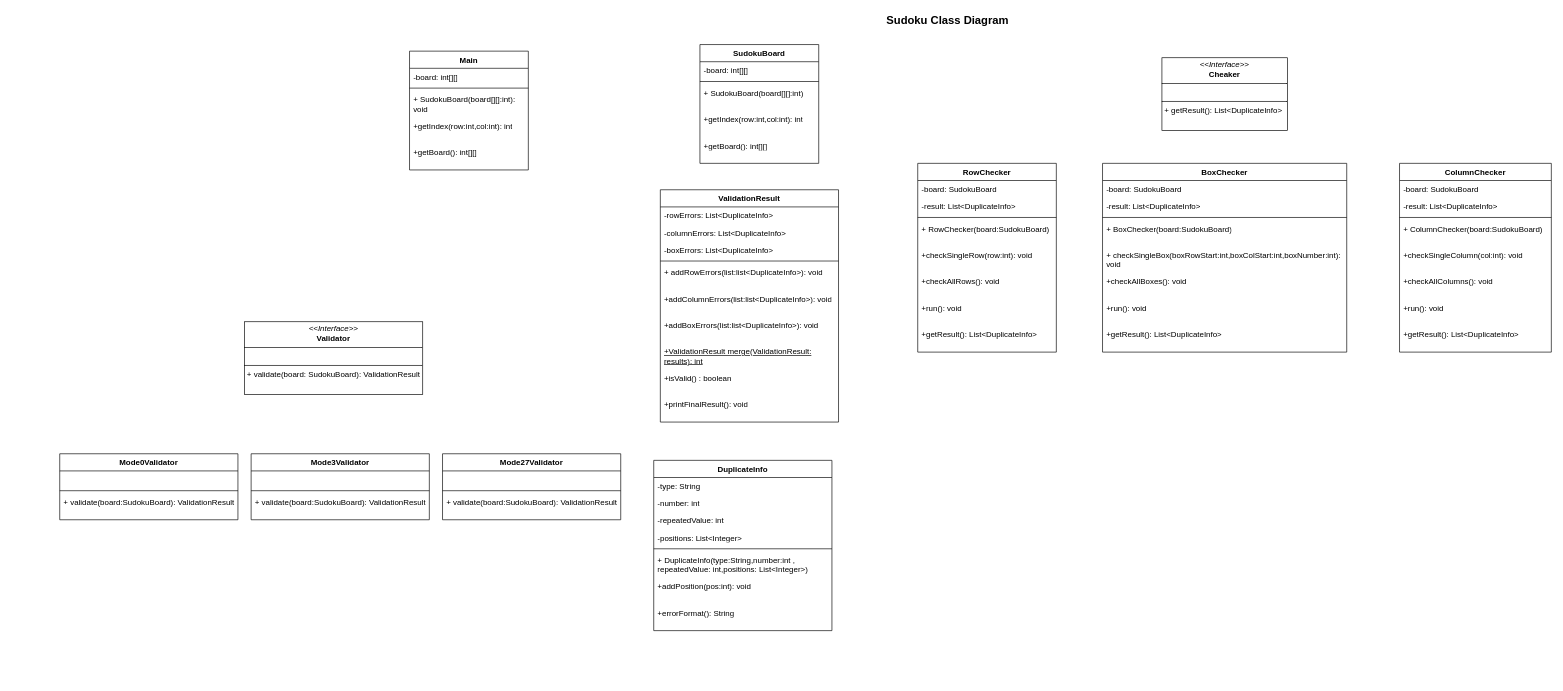
The draw.io diagram ClassDiagram.drawio in ghadeer4705/Lab9_Sudoku1, before the edit. Source tidied: cells renumbered, new cells numbered last; positions are measured from the earlier drawing's top-left corner, leaving out a move shared by most shapes. Both pictures are drawn from the tidied source at 66%, with x=0, y=0 at pixel (59, 11).
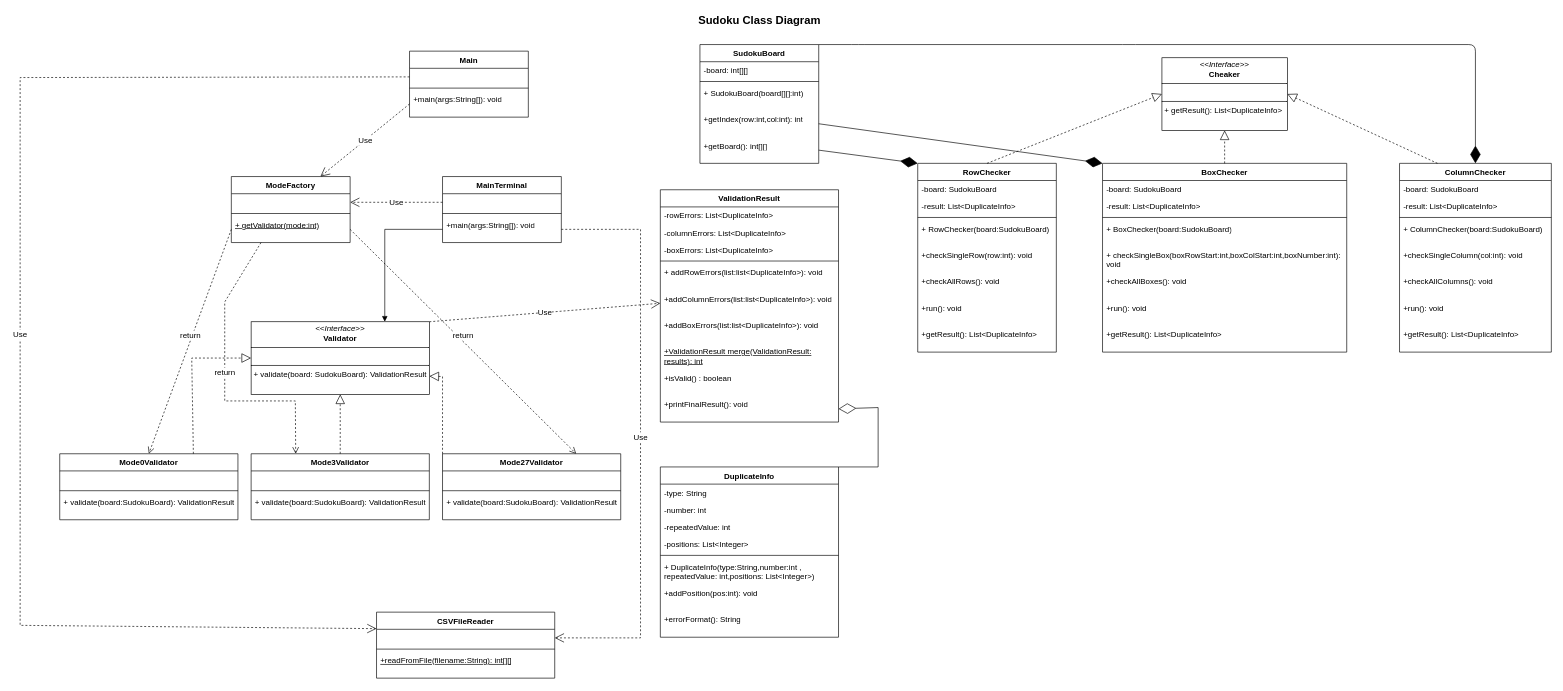
The same diagram, later.

The change refers to these unchanged cells:
```xml
<mxCell id="3" value="SudokuBoard" style="swimlane;fontStyle=1;align=center;verticalAlign=top;horizontal=1;startSize=26;whiteSpace=wrap;html=1;fillColor=light-dark(#FFFFFF,#A680B8);strokeColor=light-dark(#000000,#C3ABD0);" parent="1" vertex="1">
  <mxGeometry x="970" y="50" width="180" height="180" as="geometry" />
</mxCell>
<mxCell id="7" value="+getIndex(row:int,col:int): int" style="text;strokeColor=none;fillColor=none;align=left;verticalAlign=top;spacingLeft=4;spacingRight=4;overflow=hidden;points=[[0,0.5],[1,0.5]];portConstraint=eastwest;whiteSpace=wrap;html=1;" parent="3" vertex="1">
  <mxGeometry y="100" width="180" height="40" as="geometry" />
</mxCell>
<mxCell id="8" value="+getBoard(): int[][]" style="text;strokeColor=none;fillColor=none;align=left;verticalAlign=top;spacingLeft=4;spacingRight=4;overflow=hidden;points=[[0,0.5],[1,0.5]];portConstraint=eastwest;whiteSpace=wrap;html=1;" parent="3" vertex="1">
  <mxGeometry y="140" width="180" height="40" as="geometry" />
</mxCell>
<mxCell id="15" value="+addColumnErrors(list:list&amp;lt;DuplicateInfo&amp;gt;): void" style="text;strokeColor=none;fillColor=none;align=left;verticalAlign=top;spacingLeft=4;spacingRight=4;overflow=hidden;points=[[0,0.5],[1,0.5]];portConstraint=eastwest;whiteSpace=wrap;html=1;" parent="9" vertex="1">
  <mxGeometry y="152" width="270" height="40" as="geometry" />
</mxCell>
<mxCell id="19" value="+printFinalResult(): void" style="text;strokeColor=none;fillColor=none;align=left;verticalAlign=top;spacingLeft=4;spacingRight=4;overflow=hidden;points=[[0,0.5],[1,0.5]];portConstraint=eastwest;whiteSpace=wrap;html=1;" parent="9" vertex="1">
  <mxGeometry y="312" width="270" height="40" as="geometry" />
</mxCell>
<mxCell id="35" value="&lt;p style=&quot;margin:0px;margin-top:4px;text-align:center;&quot;&gt;&lt;i&gt;&amp;lt;&amp;lt;Interface&amp;gt;&amp;gt;&lt;/i&gt;&lt;br&gt;&lt;b&gt;Cheaker&lt;/b&gt;&lt;/p&gt;&lt;hr size=&quot;1&quot; style=&quot;border-style:solid;&quot;&gt;&lt;p style=&quot;margin:0px;margin-left:4px;&quot;&gt;&lt;br&gt;&lt;/p&gt;&lt;hr size=&quot;1&quot; style=&quot;border-style:solid;&quot;&gt;&lt;p style=&quot;margin:0px;margin-left:4px;&quot;&gt;+ getResult(): List&amp;lt;DuplicateInfo&amp;gt;&lt;br&gt;&lt;br&gt;&lt;/p&gt;" style="verticalAlign=top;align=left;overflow=fill;html=1;whiteSpace=wrap;fillColor=none;strokeColor=light-dark(#000000,#A680B8);" parent="1" vertex="1">
  <mxGeometry x="1670" y="70" width="190" height="110" as="geometry" />
</mxCell>
<mxCell id="36" value="RowChecker" style="swimlane;fontStyle=1;align=center;verticalAlign=top;horizontal=1;startSize=26;whiteSpace=wrap;html=1;fillColor=light-dark(#FFFFFF,#A680B8);strokeColor=light-dark(#000000,#C3ABD0);" parent="1" vertex="1">
  <mxGeometry x="1300" y="230" width="210" height="286" as="geometry" />
</mxCell>
<mxCell id="45" value="BoxChecker" style="swimlane;fontStyle=1;align=center;verticalAlign=top;horizontal=1;startSize=26;whiteSpace=wrap;html=1;fillColor=light-dark(#FFFFFF,#A680B8);strokeColor=light-dark(#000000,#C3ABD0);" parent="1" vertex="1">
  <mxGeometry x="1580" y="230" width="370" height="286" as="geometry" />
</mxCell>
<mxCell id="54" value="ColumnChecker" style="swimlane;fontStyle=1;align=center;verticalAlign=top;horizontal=1;startSize=26;whiteSpace=wrap;html=1;fillColor=light-dark(#FFFFFF,#A680B8);strokeColor=light-dark(#000000,#C3ABD0);" parent="1" vertex="1">
  <mxGeometry x="2030" y="230" width="230" height="286" as="geometry" />
</mxCell>
<mxCell id="64" value="Mode0Validator" style="swimlane;fontStyle=1;align=center;verticalAlign=top;horizontal=1;startSize=26;whiteSpace=wrap;html=1;fillColor=light-dark(#FFFFFF,#A680B8);strokeColor=light-dark(#000000,#C3ABD0);" parent="1" vertex="1">
  <mxGeometry y="670" width="270" height="100" as="geometry" />
</mxCell>
<mxCell id="68" value="Mode3Validator" style="swimlane;fontStyle=1;align=center;verticalAlign=top;horizontal=1;startSize=26;whiteSpace=wrap;html=1;fillColor=light-dark(#FFFFFF,#A680B8);strokeColor=light-dark(#000000,#C3ABD0);" parent="1" vertex="1">
  <mxGeometry x="290" y="670" width="270" height="100" as="geometry" />
</mxCell>
<mxCell id="72" value="Mode27Validator" style="swimlane;fontStyle=1;align=center;verticalAlign=top;horizontal=1;startSize=26;whiteSpace=wrap;html=1;fillColor=light-dark(#FFFFFF,#A680B8);strokeColor=light-dark(#000000,#C3ABD0);" parent="1" vertex="1">
  <mxGeometry x="580" y="670" width="270" height="100" as="geometry" />
</mxCell>
```

The edit, as a diff of the source:
```diff
@@
     <mxCell id="2" value="Sudoku Class Diagram" style="text;html=1;whiteSpace=wrap;strokeColor=none;fillColor=none;align=center;verticalAlign=middle;rounded=1;fontSize=17;fontColor=light-dark(#000000,#FFFFFF);fontStyle=1;glass=1;" parent="1" vertex="1">
-      <mxGeometry x="1238" width="215" height="30" as="geometry" />
+      <mxGeometry x="952.5" width="215" height="30" as="geometry" />
     </mxCell>
@@
     <mxCell id="20" value="DuplicateInfo" style="swimlane;fontStyle=1;align=center;verticalAlign=top;horizontal=1;startSize=26;whiteSpace=wrap;html=1;fillColor=light-dark(#FFFFFF,#A680B8);strokeColor=light-dark(#000000,#C3ABD0);" parent="1" vertex="1">
-      <mxGeometry x="900" y="680" width="270" height="258" as="geometry" />
+      <mxGeometry x="910" y="690" width="270" height="258" as="geometry" />
     </mxCell>
@@
     <mxCell id="29" value="Main" style="swimlane;fontStyle=1;align=center;verticalAlign=top;horizontal=1;startSize=26;whiteSpace=wrap;html=1;fillColor=light-dark(#FFFFFF,#A680B8);strokeColor=light-dark(#000000,#C3ABD0);" parent="1" vertex="1">
-      <mxGeometry x="530" y="60" width="180" height="180" as="geometry" />
+      <mxGeometry x="530" y="60" width="180" height="100" as="geometry" />
     </mxCell>
-    <mxCell id="30" value="&lt;div&gt;-board: int[][]&lt;/div&gt;&lt;div&gt;&lt;br&gt;&lt;/div&gt;" style="text;strokeColor=none;fillColor=none;align=left;verticalAlign=top;spacingLeft=4;spacingRight=4;overflow=hidden;points=[[0,0.5],[1,0.5]];portConstraint=eastwest;whiteSpace=wrap;html=1;" parent="29" vertex="1">
+    <mxCell id="30" value="&lt;div&gt;&lt;br&gt;&lt;/div&gt;" style="text;strokeColor=none;fillColor=none;align=left;verticalAlign=top;spacingLeft=4;spacingRight=4;overflow=hidden;points=[[0,0.5],[1,0.5]];portConstraint=eastwest;whiteSpace=wrap;html=1;" parent="29" vertex="1">
       <mxGeometry y="26" width="180" height="26" as="geometry" />
     </mxCell>
@@
-    <mxCell id="32" value="+ SudokuBoard(board[][]:int): void&lt;div&gt;&lt;br&gt;&lt;/div&gt;" style="text;strokeColor=none;fillColor=none;align=left;verticalAlign=top;spacingLeft=4;spacingRight=4;overflow=hidden;points=[[0,0.5],[1,0.5]];portConstraint=eastwest;whiteSpace=wrap;html=1;" parent="29" vertex="1">
+    <mxCell id="32" value="+main(args:String[]): void&lt;div&gt;&lt;br&gt;&lt;/div&gt;" style="text;strokeColor=none;fillColor=none;align=left;verticalAlign=top;spacingLeft=4;spacingRight=4;overflow=hidden;points=[[0,0.5],[1,0.5]];portConstraint=eastwest;whiteSpace=wrap;html=1;" parent="29" vertex="1">
       <mxGeometry y="60" width="180" height="40" as="geometry" />
     </mxCell>
-    <mxCell id="33" value="+getIndex(row:int,col:int): int" style="text;strokeColor=none;fillColor=none;align=left;verticalAlign=top;spacingLeft=4;spacingRight=4;overflow=hidden;whiteSpace=wrap;html=1;" parent="29" vertex="1">
-      <mxGeometry y="100" width="180" height="40" as="geometry" />
-    </mxCell>
-    <mxCell id="34" value="+getBoard(): int[][]" style="text;strokeColor=none;fillColor=none;align=left;verticalAlign=top;spacingLeft=4;spacingRight=4;overflow=hidden;whiteSpace=wrap;html=1;" parent="29" vertex="1">
-      <mxGeometry y="140" width="180" height="40" as="geometry" />
-    </mxCell>
@@
     <mxCell id="63" value="&lt;p style=&quot;margin:0px;margin-top:4px;text-align:center;&quot;&gt;&lt;i&gt;&amp;lt;&amp;lt;Interface&amp;gt;&amp;gt;&lt;/i&gt;&lt;br&gt;&lt;b&gt;Validator&lt;/b&gt;&lt;/p&gt;&lt;hr size=&quot;1&quot; style=&quot;border-style:solid;&quot;&gt;&lt;p style=&quot;margin:0px;margin-left:4px;&quot;&gt;&lt;br&gt;&lt;/p&gt;&lt;hr size=&quot;1&quot; style=&quot;border-style:solid;&quot;&gt;&lt;p style=&quot;margin:0px;margin-left:4px;&quot;&gt;+ validate(board:&amp;nbsp;&lt;span style=&quot;background-color: transparent; color: light-dark(rgb(0, 0, 0), rgb(255, 255, 255));&quot;&gt;SudokuBoard&lt;/span&gt;&lt;span style=&quot;background-color: transparent; color: light-dark(rgb(0, 0, 0), rgb(255, 255, 255));&quot;&gt;):&amp;nbsp;&lt;/span&gt;&lt;span style=&quot;background-color: transparent;&quot;&gt;ValidationResult&lt;/span&gt;&lt;/p&gt;&lt;p style=&quot;margin:0px;margin-left:4px;&quot;&gt;&lt;br&gt;&lt;/p&gt;" style="verticalAlign=top;align=left;overflow=fill;html=1;whiteSpace=wrap;fillColor=none;strokeColor=light-dark(#000000,#A680B8);" parent="1" vertex="1">
-      <mxGeometry x="280" y="470" width="270" height="110" as="geometry" />
+      <mxGeometry x="290" y="470" width="270" height="110" as="geometry" />
     </mxCell>
@@
+    <mxCell id="76" value="ModeFactory" style="swimlane;fontStyle=1;align=center;verticalAlign=top;horizontal=1;startSize=26;whiteSpace=wrap;html=1;fillColor=light-dark(#FFFFFF,#A680B8);strokeColor=light-dark(#000000,#C3ABD0);" parent="1" vertex="1">
+      <mxGeometry x="260" y="250" width="180" height="100" as="geometry" />
+    </mxCell>
+    <mxCell id="77" value="&lt;div&gt;&lt;br&gt;&lt;/div&gt;" style="text;strokeColor=none;fillColor=none;align=left;verticalAlign=top;spacingLeft=4;spacingRight=4;overflow=hidden;points=[[0,0.5],[1,0.5]];portConstraint=eastwest;whiteSpace=wrap;html=1;" parent="76" vertex="1">
+      <mxGeometry y="26" width="180" height="26" as="geometry" />
+    </mxCell>
+    <mxCell id="78" style="line;strokeWidth=1;fillColor=default;align=left;verticalAlign=middle;spacingTop=-1;spacingLeft=3;spacingRight=3;labelPosition=right;strokeColor=inherit;" parent="76" vertex="1">
+      <mxGeometry y="52" width="180" height="8" as="geometry" />
+    </mxCell>
+    <mxCell id="79" value="&lt;u&gt;+ getValidator(mode:int)&lt;/u&gt;&lt;div&gt;&lt;br&gt;&lt;/div&gt;" style="text;strokeColor=none;fillColor=none;align=left;verticalAlign=top;spacingLeft=4;spacingRight=4;overflow=hidden;points=[[0,0.5],[1,0.5]];portConstraint=eastwest;whiteSpace=wrap;html=1;" parent="76" vertex="1">
+      <mxGeometry y="60" width="180" height="40" as="geometry" />
+    </mxCell>
+    <mxCell id="80" value="MainTerminal" style="swimlane;fontStyle=1;align=center;verticalAlign=top;horizontal=1;startSize=26;whiteSpace=wrap;html=1;fillColor=light-dark(#FFFFFF,#A680B8);strokeColor=light-dark(#000000,#C3ABD0);" parent="1" vertex="1">
+      <mxGeometry x="580" y="250" width="180" height="100" as="geometry" />
+    </mxCell>
+    <mxCell id="81" value="&lt;div&gt;&lt;br&gt;&lt;/div&gt;" style="text;strokeColor=none;fillColor=none;align=left;verticalAlign=top;spacingLeft=4;spacingRight=4;overflow=hidden;points=[[0,0.5],[1,0.5]];portConstraint=eastwest;whiteSpace=wrap;html=1;" parent="80" vertex="1">
+      <mxGeometry y="26" width="180" height="26" as="geometry" />
+    </mxCell>
+    <mxCell id="82" style="line;strokeWidth=1;fillColor=default;align=left;verticalAlign=middle;spacingTop=-1;spacingLeft=3;spacingRight=3;labelPosition=right;strokeColor=inherit;" parent="80" vertex="1">
+      <mxGeometry y="52" width="180" height="8" as="geometry" />
+    </mxCell>
+    <mxCell id="83" value="+main(args:String[]): void&lt;div&gt;&lt;br&gt;&lt;/div&gt;" style="text;strokeColor=none;fillColor=none;align=left;verticalAlign=top;spacingLeft=4;spacingRight=4;overflow=hidden;points=[[0,0.5],[1,0.5]];portConstraint=eastwest;whiteSpace=wrap;html=1;" parent="80" vertex="1">
+      <mxGeometry y="60" width="180" height="40" as="geometry" />
+    </mxCell>
+    <mxCell id="84" value="CSVFileReader" style="swimlane;fontStyle=1;align=center;verticalAlign=top;horizontal=1;startSize=26;whiteSpace=wrap;html=1;fillColor=light-dark(#FFFFFF,#A680B8);strokeColor=light-dark(#000000,#C3ABD0);" parent="1" vertex="1">
+      <mxGeometry x="480" y="910" width="270" height="100" as="geometry" />
+    </mxCell>
+    <mxCell id="85" value="&lt;div&gt;&lt;br&gt;&lt;/div&gt;&lt;div&gt;&lt;br&gt;&lt;/div&gt;" style="text;strokeColor=none;fillColor=none;align=left;verticalAlign=top;spacingLeft=4;spacingRight=4;overflow=hidden;points=[[0,0.5],[1,0.5]];portConstraint=eastwest;whiteSpace=wrap;html=1;" parent="84" vertex="1">
+      <mxGeometry y="26" width="270" height="26" as="geometry" />
+    </mxCell>
+    <mxCell id="86" style="line;strokeWidth=1;fillColor=default;align=left;verticalAlign=middle;spacingTop=-1;spacingLeft=3;spacingRight=3;labelPosition=right;strokeColor=inherit;" parent="84" vertex="1">
+      <mxGeometry y="52" width="270" height="8" as="geometry" />
+    </mxCell>
+    <mxCell id="87" value="&lt;u&gt;+readFromFile(filename:String):&amp;nbsp;int[][]&lt;/u&gt;" style="text;strokeColor=none;fillColor=none;align=left;verticalAlign=top;spacingLeft=4;spacingRight=4;overflow=hidden;whiteSpace=wrap;html=1;" parent="84" vertex="1">
+      <mxGeometry y="60" width="270" height="40" as="geometry" />
+    </mxCell>
+    <mxCell id="88" value="Use" style="endArrow=open;endSize=12;dashed=1;html=1;rounded=0;fontFamily=Helvetica;fontSize=12;fontColor=default;exitX=0;exitY=0.5;exitDx=0;exitDy=0;entryX=1;entryY=0.5;entryDx=0;entryDy=0;" parent="1" edge="1" source="81" target="77">
+      <mxGeometry relative="1" as="geometry" />
+    </mxCell>
+    <mxCell id="89" style="endArrow=block;endFill=1;html=1;edgeStyle=orthogonalEdgeStyle;align=left;verticalAlign=top;rounded=0;fontFamily=Helvetica;fontSize=12;fontColor=default;exitX=0;exitY=0.5;exitDx=0;exitDy=0;entryX=0.75;entryY=0;entryDx=0;entryDy=0;" parent="1" edge="1" source="83" target="63">
+      <mxGeometry x="-1" relative="1" as="geometry" />
+    </mxCell>
+    <mxCell id="90" value="return" style="html=1;verticalAlign=bottom;endArrow=open;dashed=1;endSize=8;curved=0;rounded=0;fontFamily=Helvetica;fontSize=12;fontColor=default;exitX=0;exitY=0.5;exitDx=0;exitDy=0;entryX=0.5;entryY=0;entryDx=0;entryDy=0;" parent="1" edge="1" source="79" target="64">
+      <mxGeometry relative="1" as="geometry" />
+    </mxCell>
+    <mxCell id="91" value="return" style="html=1;verticalAlign=bottom;endArrow=open;dashed=1;endSize=8;curved=0;rounded=0;fontFamily=Helvetica;fontSize=12;fontColor=default;exitX=1;exitY=0.5;exitDx=0;exitDy=0;entryX=0.75;entryY=0;entryDx=0;entryDy=0;" parent="1" edge="1" source="79" target="72">
+      <mxGeometry relative="1" as="geometry" />
+    </mxCell>
+    <mxCell id="92" value="return" style="html=1;verticalAlign=bottom;endArrow=open;dashed=1;endSize=8;curved=0;rounded=0;fontFamily=Helvetica;fontSize=12;fontColor=default;exitX=0.25;exitY=1;exitDx=0;exitDy=0;entryX=0.25;entryY=0;entryDx=0;entryDy=0;" parent="1" edge="1" source="76" target="68">
+      <mxGeometry relative="1" as="geometry">
+        <Array as="points">
+          <mxPoint x="250" y="440" />
+          <mxPoint x="250" y="590" />
+          <mxPoint x="357" y="590" />
+        </Array>
+      </mxGeometry>
+    </mxCell>
+    <mxCell id="93" style="endArrow=block;dashed=1;endFill=0;endSize=12;html=1;rounded=0;fontFamily=Helvetica;fontSize=12;fontColor=default;exitX=0.75;exitY=0;exitDx=0;exitDy=0;entryX=0;entryY=0.5;entryDx=0;entryDy=0;" parent="1" edge="1" source="64" target="63">
+      <mxGeometry relative="1" as="geometry">
+        <Array as="points">
+          <mxPoint x="200" y="525" />
+        </Array>
+      </mxGeometry>
+    </mxCell>
+    <mxCell id="94" style="endArrow=block;dashed=1;endFill=0;endSize=12;html=1;rounded=0;fontFamily=Helvetica;fontSize=12;fontColor=default;exitX=0.5;exitY=0;exitDx=0;exitDy=0;entryX=0.5;entryY=1;entryDx=0;entryDy=0;" parent="1" edge="1" source="68" target="63">
+      <mxGeometry relative="1" as="geometry" />
+    </mxCell>
+    <mxCell id="95" style="endArrow=block;dashed=1;endFill=0;endSize=12;html=1;rounded=0;fontFamily=Helvetica;fontSize=12;fontColor=default;exitX=0;exitY=0;exitDx=0;exitDy=0;entryX=1;entryY=0.75;entryDx=0;entryDy=0;" parent="1" edge="1" source="72" target="63">
+      <mxGeometry relative="1" as="geometry">
+        <Array as="points">
+          <mxPoint x="580" y="600" />
+          <mxPoint x="580" y="553" />
+        </Array>
+      </mxGeometry>
+    </mxCell>
+    <mxCell id="96" style="endArrow=block;dashed=1;endFill=0;endSize=12;html=1;rounded=0;fontFamily=Helvetica;fontSize=12;fontColor=default;exitX=0.5;exitY=0;exitDx=0;exitDy=0;entryX=0;entryY=0.5;entryDx=0;entryDy=0;" parent="1" edge="1" source="36" target="35">
+      <mxGeometry relative="1" as="geometry" />
+    </mxCell>
+    <mxCell id="97" style="endArrow=block;dashed=1;endFill=0;endSize=12;html=1;rounded=0;fontFamily=Helvetica;fontSize=12;fontColor=default;exitX=0.5;exitY=0;exitDx=0;exitDy=0;entryX=0.5;entryY=1;entryDx=0;entryDy=0;" parent="1" edge="1" source="45" target="35">
+      <mxGeometry relative="1" as="geometry" />
+    </mxCell>
+    <mxCell id="98" style="endArrow=block;dashed=1;endFill=0;endSize=12;html=1;rounded=0;fontFamily=Helvetica;fontSize=12;fontColor=default;exitX=0.25;exitY=0;exitDx=0;exitDy=0;entryX=1;entryY=0.5;entryDx=0;entryDy=0;" parent="1" edge="1" source="54" target="35">
+      <mxGeometry relative="1" as="geometry" />
+    </mxCell>
+    <mxCell id="99" style="endArrow=diamondThin;endFill=1;endSize=24;html=1;entryX=0;entryY=0;entryDx=0;entryDy=0;exitX=1;exitY=0.5;exitDx=0;exitDy=0;" parent="1" edge="1" source="8" target="36">
+      <mxGeometry relative="1" as="geometry" />
+    </mxCell>
+    <mxCell id="100" style="endArrow=diamondThin;endFill=1;endSize=24;html=1;entryX=0;entryY=0;entryDx=0;entryDy=0;exitX=1;exitY=0.5;exitDx=0;exitDy=0;" parent="1" edge="1" source="7" target="45">
+      <mxGeometry relative="1" as="geometry" />
+    </mxCell>
+    <mxCell id="101" style="endArrow=diamondThin;endFill=1;endSize=24;html=1;entryX=0.5;entryY=0;entryDx=0;entryDy=0;exitX=1;exitY=0;exitDx=0;exitDy=0;" parent="1" edge="1" source="3" target="54">
+      <mxGeometry relative="1" as="geometry">
+        <Array as="points">
+          <mxPoint x="1210" y="50" />
+          <mxPoint x="1620" y="50" />
+          <mxPoint x="2145" y="50" />
+        </Array>
+      </mxGeometry>
+    </mxCell>
+    <mxCell id="102" value="Use" style="endArrow=open;endSize=12;dashed=1;html=1;rounded=0;fontFamily=Helvetica;fontSize=12;fontColor=default;exitX=1;exitY=0;exitDx=0;exitDy=0;entryX=0;entryY=0.5;entryDx=0;entryDy=0;" parent="1" edge="1" source="63" target="15">
+      <mxGeometry relative="1" as="geometry" />
+    </mxCell>
+    <mxCell id="103" value="Use" style="endArrow=open;endSize=12;dashed=1;html=1;rounded=0;fontFamily=Helvetica;fontSize=12;fontColor=default;exitX=0;exitY=0.5;exitDx=0;exitDy=0;entryX=0.75;entryY=0;entryDx=0;entryDy=0;" parent="1" edge="1" source="32" target="76">
+      <mxGeometry relative="1" as="geometry" />
+    </mxCell>
+    <mxCell id="104" value="Use" style="endArrow=open;endSize=12;dashed=1;html=1;rounded=0;fontFamily=Helvetica;fontSize=12;fontColor=default;exitX=1;exitY=0.5;exitDx=0;exitDy=0;entryX=1;entryY=0.5;entryDx=0;entryDy=0;" parent="1" edge="1" source="83" target="85">
+      <mxGeometry relative="1" as="geometry">
+        <Array as="points">
+          <mxPoint x="880" y="330" />
+          <mxPoint x="880" y="949" />
+        </Array>
+      </mxGeometry>
+    </mxCell>
+    <mxCell id="105" value="Use" style="endArrow=open;endSize=12;dashed=1;html=1;rounded=0;fontFamily=Helvetica;fontSize=12;fontColor=default;exitX=0;exitY=0.5;exitDx=0;exitDy=0;entryX=0;entryY=0.25;entryDx=0;entryDy=0;" parent="1" edge="1" source="30" target="84">
+      <mxGeometry relative="1" as="geometry">
+        <Array as="points">
+          <mxPoint x="-60" y="100" />
+          <mxPoint x="-60" y="930" />
+        </Array>
+      </mxGeometry>
+    </mxCell>
+    <mxCell id="106" style="endArrow=diamondThin;endFill=0;endSize=24;html=1;rounded=0;fontFamily=Helvetica;fontSize=12;fontColor=default;entryX=1;entryY=0.5;entryDx=0;entryDy=0;exitX=1;exitY=0;exitDx=0;exitDy=0;" parent="1" edge="1" source="20" target="19">
+      <mxGeometry relative="1" as="geometry">
+        <Array as="points">
+          <mxPoint x="1240" y="690" />
+          <mxPoint x="1240" y="600" />
+        </Array>
+      </mxGeometry>
+    </mxCell>
```
